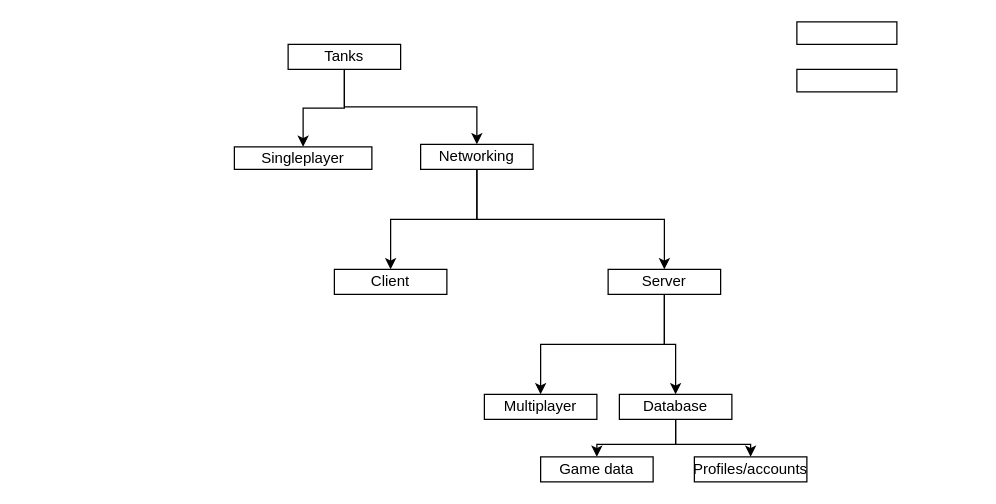
The draw.io diagram Tanks.drawio in bsawyerr/Ndrive, before the edit. Source tidied: cells renumbered, new cells numbered last; positions are measured from the earlier drawing's top-left corner, leaving out a move shared by most shapes. Both pictures are drawn from the tidied source at 125%, with x=0, y=0 at pixel (234, 21).
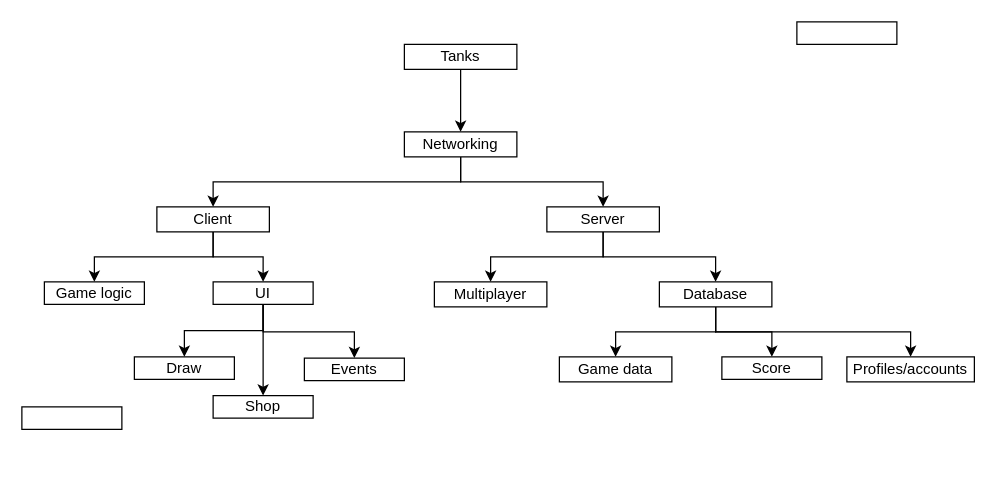
The same page after the edit.

Diff of the diagram source:
```diff
@@
-    <mxCell id="3" style="edgeStyle=orthogonalEdgeStyle;rounded=0;jettySize=auto;html=1;exitX=0.5;exitY=1;exitDx=0;exitDy=0;entryX=0.5;entryY=0;entryDx=0;entryDy=0;" parent="1" edge="1" source="4" target="11">
-      <mxGeometry relative="1" as="geometry">
-        <Array as="points">
-          <mxPoint x="88" y="69" />
-          <mxPoint x="55" y="69" />
-        </Array>
-      </mxGeometry>
-    </mxCell>
     <mxCell id="4" value="Tanks" style="rounded=0;whiteSpace=wrap;html=1;" parent="1" vertex="1">
-      <mxGeometry x="43" y="18" width="90" height="20" as="geometry" />
+      <mxGeometry x="136" y="18" width="90" height="20" as="geometry" />
     </mxCell>
@@
     <mxCell id="7" value="Networking" style="rounded=0;whiteSpace=wrap;html=1;" parent="1" vertex="1">
-      <mxGeometry x="149" y="98" width="90" height="20" as="geometry" />
+      <mxGeometry x="136" y="88" width="90" height="20" as="geometry" />
     </mxCell>
@@
     <mxCell id="10" value="Server" style="rounded=0;whiteSpace=wrap;html=1;" parent="1" vertex="1">
-      <mxGeometry x="299" y="198" width="90" height="20" as="geometry" />
+      <mxGeometry x="250" y="148" width="90" height="20" as="geometry" />
     </mxCell>
-    <mxCell id="11" value="Singleplayer" style="rounded=0;whiteSpace=wrap;html=1;" parent="1" vertex="1">
-      <mxGeometry y="100" width="110" height="18" as="geometry" />
-    </mxCell>
     <mxCell id="12" style="edgeStyle=orthogonalEdgeStyle;rounded=0;jettySize=auto;html=1;exitX=0.5;exitY=1;exitDx=0;exitDy=0;entryX=0.5;entryY=0;entryDx=0;entryDy=0;" parent="1" edge="1" source="14" target="17">
-      <mxGeometry relative="1" as="geometry" />
+      <mxGeometry relative="1" as="geometry">
+        <Array as="points">
+          <mxPoint x="385" y="248" />
+          <mxPoint x="305" y="248" />
+        </Array>
+      </mxGeometry>
     </mxCell>
-    <mxCell id="13" style="edgeStyle=orthogonalEdgeStyle;rounded=0;jettySize=auto;html=1;exitX=0.5;exitY=1;exitDx=0;exitDy=0;" parent="1" edge="1" source="14" target="18">
-      <mxGeometry relative="1" as="geometry" />
+    <mxCell id="13" style="edgeStyle=orthogonalEdgeStyle;rounded=0;jettySize=auto;html=1;exitX=0.5;exitY=1;exitDx=0;exitDy=0;entryX=0.5;entryY=0;entryDx=0;entryDy=0;" parent="1" edge="1" source="14" target="18">
+      <mxGeometry relative="1" as="geometry">
+        <Array as="points">
+          <mxPoint x="385" y="248" />
+          <mxPoint x="541" y="248" />
+        </Array>
+      </mxGeometry>
     </mxCell>
+    <mxCell id="21" style="edgeStyle=orthogonalEdgeStyle;rounded=0;jettySize=auto;html=1;exitX=0.5;exitY=1;exitDx=0;exitDy=0;entryX=0.5;entryY=0;entryDx=0;entryDy=0;" parent="1" edge="1" source="14" target="25">
+      <mxGeometry relative="1" as="geometry" />
+    </mxCell>
     <mxCell id="14" value="Database" style="rounded=0;whiteSpace=wrap;html=1;" parent="1" vertex="1">
-      <mxGeometry x="308" y="298" width="90" height="20" as="geometry" />
+      <mxGeometry x="340" y="208" width="90" height="20" as="geometry" />
     </mxCell>
     <mxCell id="15" value="Multiplayer" style="rounded=0;whiteSpace=wrap;html=1;" parent="1" vertex="1">
-      <mxGeometry x="200" y="298" width="90" height="20" as="geometry" />
+      <mxGeometry x="160" y="208" width="90" height="20" as="geometry" />
     </mxCell>
+    <mxCell id="22" style="edgeStyle=orthogonalEdgeStyle;rounded=0;jettySize=auto;html=1;exitX=0.5;exitY=1;exitDx=0;exitDy=0;entryX=0.5;entryY=0;entryDx=0;entryDy=0;" parent="1" edge="1" source="16" target="28">
+      <mxGeometry relative="1" as="geometry" />
+    </mxCell>
+    <mxCell id="23" style="edgeStyle=orthogonalEdgeStyle;rounded=0;jettySize=auto;html=1;exitX=0.5;exitY=1;exitDx=0;exitDy=0;entryX=0.5;entryY=0;entryDx=0;entryDy=0;" parent="1" edge="1" source="16" target="32">
+      <mxGeometry relative="1" as="geometry" />
+    </mxCell>
     <mxCell id="16" value="Client" style="rounded=0;whiteSpace=wrap;html=1;" parent="1" vertex="1">
-      <mxGeometry x="80" y="198" width="90" height="20" as="geometry" />
+      <mxGeometry x="-62" y="148" width="90" height="20" as="geometry" />
     </mxCell>
     <mxCell id="17" value="Game data" style="rounded=0;whiteSpace=wrap;html=1;" parent="1" vertex="1">
-      <mxGeometry x="245" y="348" width="90" height="20" as="geometry" />
+      <mxGeometry x="260" y="268" width="90" height="20" as="geometry" />
     </mxCell>
     <mxCell id="18" value="Profiles/accounts" style="rounded=0;whiteSpace=wrap;html=1;" parent="1" vertex="1">
-      <mxGeometry x="368" y="348" width="90" height="20" as="geometry" />
+      <mxGeometry x="490" y="268" width="102" height="20" as="geometry" />
     </mxCell>
     <mxCell id="19" style="rounded=0;whiteSpace=wrap;html=1;" parent="1" vertex="1">
-      <mxGeometry x="450" y="38" width="80" height="18" as="geometry" />
+      <mxGeometry x="-170" y="308" width="80" height="18" as="geometry" />
     </mxCell>
@@
+    <mxCell id="24" value="Shop" style="rounded=0;whiteSpace=wrap;html=1;" parent="1" vertex="1">
+      <mxGeometry x="-17" y="299" width="80" height="18" as="geometry" />
+    </mxCell>
+    <mxCell id="25" value="Score" style="rounded=0;whiteSpace=wrap;html=1;" parent="1" vertex="1">
+      <mxGeometry x="390" y="268" width="80" height="18" as="geometry" />
+    </mxCell>
+    <mxCell id="26" value="Draw" style="rounded=0;whiteSpace=wrap;html=1;" parent="1" vertex="1">
+      <mxGeometry x="-80" y="268" width="80" height="18" as="geometry" />
+    </mxCell>
+    <mxCell id="27" value="Events" style="rounded=0;whiteSpace=wrap;html=1;" parent="1" vertex="1">
+      <mxGeometry x="56" y="269" width="80" height="18" as="geometry" />
+    </mxCell>
+    <mxCell id="28" value="Game logic" style="rounded=0;whiteSpace=wrap;html=1;" parent="1" vertex="1">
+      <mxGeometry x="-152" y="208" width="80" height="18" as="geometry" />
+    </mxCell>
+    <mxCell id="29" style="edgeStyle=orthogonalEdgeStyle;rounded=0;jettySize=auto;html=1;exitX=0.5;exitY=1;exitDx=0;exitDy=0;entryX=0.5;entryY=0;entryDx=0;entryDy=0;" parent="1" edge="1" source="32" target="26">
+      <mxGeometry relative="1" as="geometry">
+        <Array as="points">
+          <mxPoint x="23" y="247" />
+          <mxPoint x="-40" y="247" />
+        </Array>
+      </mxGeometry>
+    </mxCell>
+    <mxCell id="30" style="edgeStyle=orthogonalEdgeStyle;rounded=0;jettySize=auto;html=1;exitX=0.5;exitY=1;exitDx=0;exitDy=0;entryX=0.5;entryY=0;entryDx=0;entryDy=0;" parent="1" edge="1" source="32" target="27">
+      <mxGeometry relative="1" as="geometry">
+        <Array as="points">
+          <mxPoint x="23" y="248" />
+          <mxPoint x="96" y="248" />
+        </Array>
+      </mxGeometry>
+    </mxCell>
+    <mxCell id="31" style="edgeStyle=orthogonalEdgeStyle;rounded=0;jettySize=auto;html=1;exitX=0.5;exitY=1;exitDx=0;exitDy=0;entryX=0.5;entryY=0;entryDx=0;entryDy=0;" parent="1" edge="1" source="32" target="24">
+      <mxGeometry relative="1" as="geometry" />
+    </mxCell>
+    <mxCell id="32" value="UI" style="rounded=0;whiteSpace=wrap;html=1;" parent="1" vertex="1">
+      <mxGeometry x="-17" y="208" width="80" height="18" as="geometry" />
+    </mxCell>
+    <mxCell id="33" style="edgeStyle=orthogonalEdgeStyle;rounded=0;orthogonalLoop=1;jettySize=auto;html=1;exitX=0.5;exitY=1;exitDx=0;exitDy=0;" parent="1" edge="1" source="18" target="18">
+      <mxGeometry relative="1" as="geometry" />
+    </mxCell>
```
